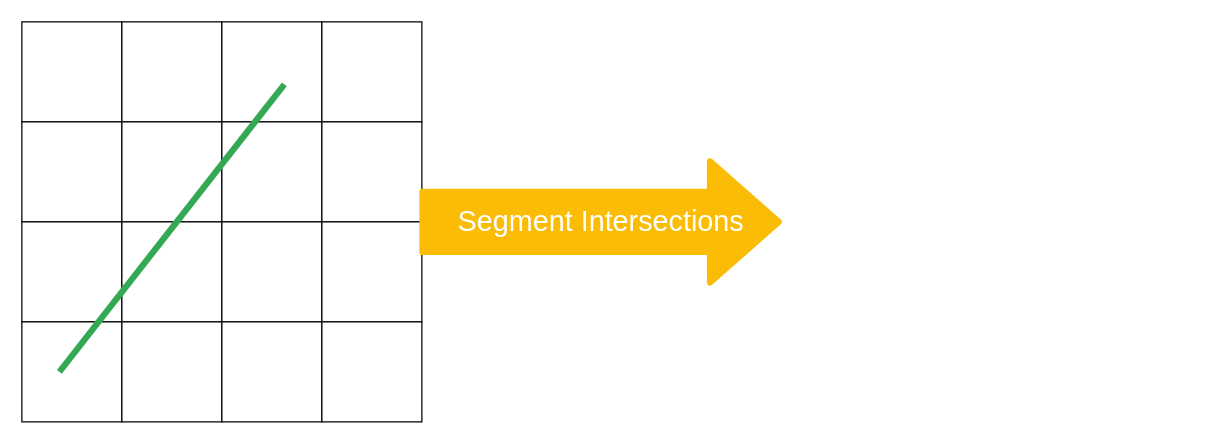
Above: page "Page-5" (5 of 5) of Writeups/4_Report/chapters/chapter3/img/HoneyBee.drawio in AnthonyKenny98/Thesis (draw.io), before the change. Source tidied: cells renumbered, new cells numbered last; positions are measured from the earlier drawing's top-left corner, leaving out a move shared by most shapes. Both pictures are drawn from the tidied source at 125%, with x=0, y=0 at pixel (21, 21).
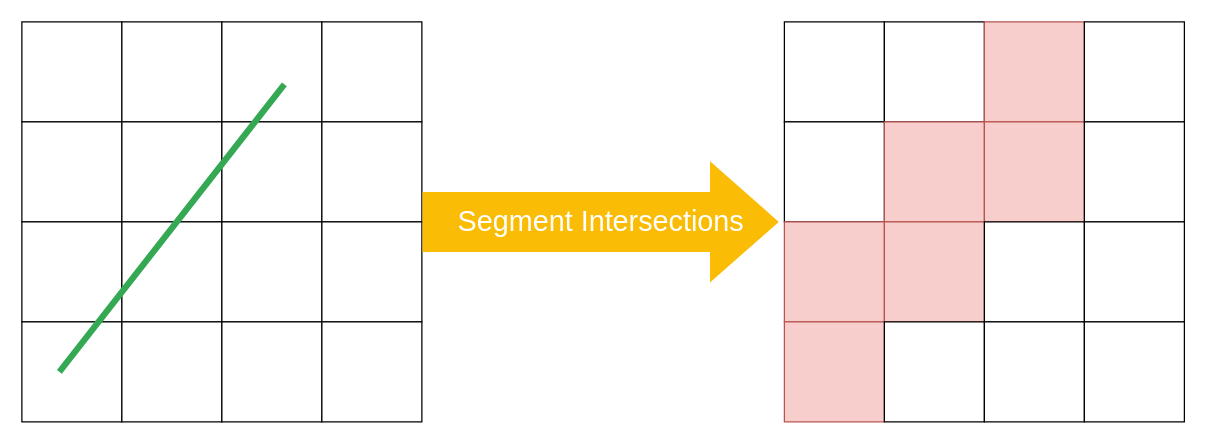
Above is the later version.

Diff of the diagram source:
```diff
@@
-    <mxCell id="18" value="Segment Intersections" style="shape=flexArrow;endArrow=classic;html=1;strokeColor=#FBBC05;strokeWidth=5;endWidth=44;endSize=16.66;width=44;fillColor=#FBBC05;fontColor=#FFFFFF;labelBackgroundColor=none;fontSize=23;" parent="1" edge="1">
+    <mxCell id="18" value="Segment Intersections" style="shape=flexArrow;endArrow=classic;html=1;strokeColor=none;strokeWidth=5;endWidth=44;endSize=16.66;width=44;fillColor=#FBBC05;fontColor=#FFFFFF;labelBackgroundColor=none;fontSize=23;" parent="1" edge="1">
       <mxGeometry relative="1" as="geometry">
         <mxPoint x="318" y="160" as="sourcePoint" />
         <mxPoint x="608" y="160" as="targetPoint" />
       </mxGeometry>
     </mxCell>
@@
+    <mxCell id="20" style="whiteSpace=wrap;html=1;" parent="1" vertex="1">
+      <mxGeometry x="610" width="80" height="80" as="geometry" />
+    </mxCell>
+    <mxCell id="21" style="whiteSpace=wrap;html=1;" parent="1" vertex="1">
+      <mxGeometry x="610" y="80" width="80" height="80" as="geometry" />
+    </mxCell>
+    <mxCell id="22" style="whiteSpace=wrap;html=1;" parent="1" vertex="1">
+      <mxGeometry x="690" width="80" height="80" as="geometry" />
+    </mxCell>
+    <mxCell id="23" style="whiteSpace=wrap;html=1;fillColor=#f8cecc;strokeColor=#b85450;" parent="1" vertex="1">
+      <mxGeometry x="690" y="80" width="80" height="80" as="geometry" />
+    </mxCell>
+    <mxCell id="24" style="whiteSpace=wrap;html=1;fillColor=#f8cecc;strokeColor=#b85450;" parent="1" vertex="1">
+      <mxGeometry x="770" width="80" height="80" as="geometry" />
+    </mxCell>
+    <mxCell id="25" style="whiteSpace=wrap;html=1;fillColor=#f8cecc;strokeColor=#b85450;" parent="1" vertex="1">
+      <mxGeometry x="770" y="80" width="80" height="80" as="geometry" />
+    </mxCell>
+    <mxCell id="26" style="whiteSpace=wrap;html=1;" parent="1" vertex="1">
+      <mxGeometry x="850" width="80" height="80" as="geometry" />
+    </mxCell>
+    <mxCell id="27" style="whiteSpace=wrap;html=1;" parent="1" vertex="1">
+      <mxGeometry x="850" y="80" width="80" height="80" as="geometry" />
+    </mxCell>
+    <mxCell id="28" style="whiteSpace=wrap;html=1;fillColor=#f8cecc;strokeColor=#b85450;" parent="1" vertex="1">
+      <mxGeometry x="610" y="160" width="80" height="80" as="geometry" />
+    </mxCell>
+    <mxCell id="29" style="whiteSpace=wrap;html=1;fillColor=#f8cecc;strokeColor=#b85450;" parent="1" vertex="1">
+      <mxGeometry x="610" y="240" width="80" height="80" as="geometry" />
+    </mxCell>
+    <mxCell id="30" style="whiteSpace=wrap;html=1;fillColor=#f8cecc;strokeColor=#b85450;" parent="1" vertex="1">
+      <mxGeometry x="690" y="160" width="80" height="80" as="geometry" />
+    </mxCell>
+    <mxCell id="31" style="whiteSpace=wrap;html=1;" parent="1" vertex="1">
+      <mxGeometry x="690" y="240" width="80" height="80" as="geometry" />
+    </mxCell>
+    <mxCell id="32" style="whiteSpace=wrap;html=1;" parent="1" vertex="1">
+      <mxGeometry x="770" y="160" width="80" height="80" as="geometry" />
+    </mxCell>
+    <mxCell id="33" style="whiteSpace=wrap;html=1;" parent="1" vertex="1">
+      <mxGeometry x="770" y="240" width="80" height="80" as="geometry" />
+    </mxCell>
+    <mxCell id="34" style="whiteSpace=wrap;html=1;" parent="1" vertex="1">
+      <mxGeometry x="850" y="160" width="80" height="80" as="geometry" />
+    </mxCell>
+    <mxCell id="35" style="whiteSpace=wrap;html=1;" parent="1" vertex="1">
+      <mxGeometry x="850" y="240" width="80" height="80" as="geometry" />
+    </mxCell>
```
